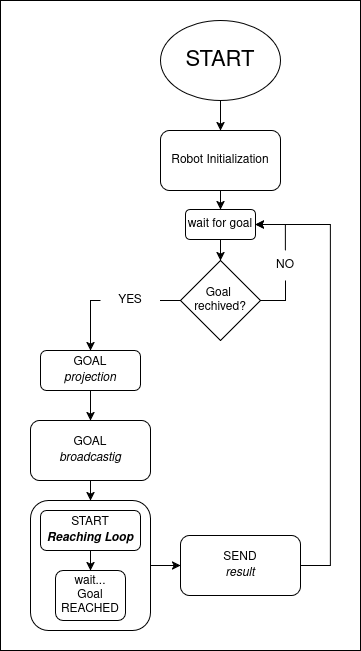
Before: Chapter3/Figures/Action_server_flowChart.png, a diagram exported from draw.io (SimoneLombardi/Master_Thesis). Source tidied: cells renumbered, new cells last; positions are measured from the earlier drawing's top-left corner, leaving out a move shared by most shapes.
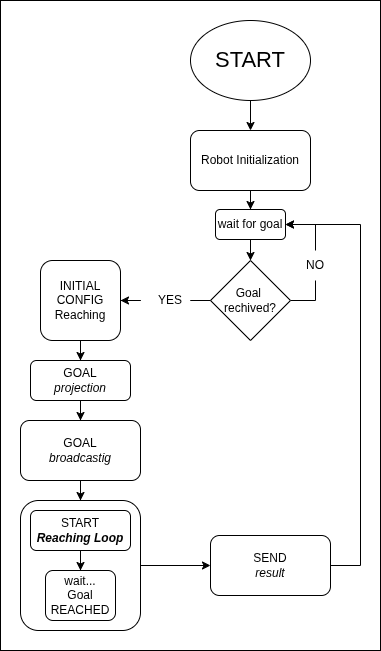
Above is the later version.

What changed in the source:
```diff
@@ -2,103 +2,102 @@
   <root>
     <mxCell id="0" />
     <mxCell id="1" parent="0" />
-    <mxCell id="2" style="rounded=0;whiteSpace=wrap;html=1;" parent="1" vertex="1">
-      <mxGeometry width="360" height="650" as="geometry" />
-    </mxCell>
-    <mxCell id="3" style="group;" parent="1" vertex="1">
-      <mxGeometry x="30" y="20" width="300" height="610" as="geometry" />
-    </mxCell>
+    <mxCell id="29" style="rounded=0;whiteSpace=wrap;html=1;" parent="1" vertex="1">
+      <mxGeometry x="-40" y="-20" width="380" height="650" as="geometry" />
+    </mxCell>
-    <mxCell id="4" style="edgeStyle=orthogonalEdgeStyle;rounded=0;jettySize=auto;html=1;" parent="3" edge="1" source="5" target="7">
+    <mxCell id="4" style="edgeStyle=orthogonalEdgeStyle;rounded=0;jettySize=auto;html=1;" parent="1" edge="1" source="5" target="7">
       <mxGeometry relative="1" as="geometry" />
     </mxCell>
-    <mxCell id="5" value="&lt;font style=&quot;font-size: 22px;&quot;&gt;START&lt;/font&gt;" style="ellipse;whiteSpace=wrap;html=1;" parent="3" vertex="1">
-      <mxGeometry x="130" width="120" height="80" as="geometry" />
+    <mxCell id="5" value="&lt;font style=&quot;font-size: 22px;&quot;&gt;START&lt;/font&gt;" style="ellipse;whiteSpace=wrap;html=1;" parent="1" vertex="1">
+      <mxGeometry x="150" width="120" height="80" as="geometry" />
     </mxCell>
-    <mxCell id="6" style="edgeStyle=orthogonalEdgeStyle;rounded=0;jettySize=auto;html=1;" parent="3" edge="1" source="7" target="12">
+    <mxCell id="6" style="edgeStyle=orthogonalEdgeStyle;rounded=0;jettySize=auto;html=1;" parent="1" edge="1" source="7" target="12">
       <mxGeometry relative="1" as="geometry" />
     </mxCell>
-    <mxCell id="7" value="Robot Initialization" style="rounded=1;whiteSpace=wrap;html=1;" parent="3" vertex="1">
-      <mxGeometry x="130" y="110" width="120" height="60" as="geometry" />
+    <mxCell id="7" value="Robot Initialization" style="rounded=1;whiteSpace=wrap;html=1;" parent="1" vertex="1">
+      <mxGeometry x="150" y="110" width="120" height="60" as="geometry" />
     </mxCell>
-    <mxCell id="8" style="edgeStyle=orthogonalEdgeStyle;rounded=0;jettySize=auto;html=1;endArrow=none;endFill=0;" parent="3" edge="1" source="10" target="14">
+    <mxCell id="8" style="edgeStyle=orthogonalEdgeStyle;rounded=0;jettySize=auto;html=1;endArrow=none;endFill=0;" parent="1" edge="1" source="10" target="14">
       <mxGeometry relative="1" as="geometry">
         <Array as="points">
-          <mxPoint x="255" y="280" />
+          <mxPoint x="275" y="280" />
         </Array>
       </mxGeometry>
     </mxCell>
+    <mxCell id="30" style="edgeStyle=orthogonalEdgeStyle;rounded=0;jettySize=auto;html=1;entryX=1;entryY=0.5;entryDx=0;entryDy=0;" parent="1" edge="1" source="16" target="33">
+      <mxGeometry relative="1" as="geometry" />
+    </mxCell>
-    <mxCell id="9" style="edgeStyle=orthogonalEdgeStyle;rounded=0;jettySize=auto;html=1;endArrow=none;endFill=0;" parent="3" edge="1" source="10" target="16">
+    <mxCell id="9" style="edgeStyle=orthogonalEdgeStyle;rounded=0;jettySize=auto;html=1;endArrow=none;endFill=0;" parent="1" edge="1" source="10" target="16">
       <mxGeometry relative="1" as="geometry" />
     </mxCell>
-    <mxCell id="10" value="&lt;div&gt;Goal&amp;nbsp;&lt;/div&gt;&lt;div&gt;rechived?&lt;/div&gt;" style="rhombus;whiteSpace=wrap;html=1;" parent="3" vertex="1">
-      <mxGeometry x="150" y="240" width="80" height="80" as="geometry" />
+    <mxCell id="10" value="&lt;div&gt;Goal&amp;nbsp;&lt;/div&gt;&lt;div&gt;rechived?&lt;/div&gt;" style="rhombus;whiteSpace=wrap;html=1;" parent="1" vertex="1">
+      <mxGeometry x="170" y="240" width="80" height="80" as="geometry" />
     </mxCell>
-    <mxCell id="11" style="edgeStyle=orthogonalEdgeStyle;rounded=0;jettySize=auto;html=1;" parent="3" edge="1" source="12" target="10">
+    <mxCell id="11" style="edgeStyle=orthogonalEdgeStyle;rounded=0;jettySize=auto;html=1;" parent="1" edge="1" source="12" target="10">
       <mxGeometry relative="1" as="geometry" />
     </mxCell>
-    <mxCell id="12" value="wait for goal" style="rounded=1;whiteSpace=wrap;html=1;" parent="3" vertex="1">
-      <mxGeometry x="155" y="189" width="70" height="30" as="geometry" />
+    <mxCell id="12" value="wait for goal" style="rounded=1;whiteSpace=wrap;html=1;" parent="1" vertex="1">
+      <mxGeometry x="175" y="189" width="70" height="30" as="geometry" />
     </mxCell>
-    <mxCell id="13" style="edgeStyle=orthogonalEdgeStyle;rounded=0;jettySize=auto;html=1;" parent="3" edge="1" source="14" target="12">
+    <mxCell id="13" style="edgeStyle=orthogonalEdgeStyle;rounded=0;jettySize=auto;html=1;" parent="1" edge="1" source="14" target="12">
       <mxGeometry relative="1" as="geometry">
         <Array as="points">
-          <mxPoint x="255" y="204" />
+          <mxPoint x="275" y="204" />
         </Array>
       </mxGeometry>
     </mxCell>
-    <mxCell id="14" value="NO" style="text;html=1;whiteSpace=wrap;strokeColor=none;fillColor=none;align=center;verticalAlign=middle;rounded=0;" parent="3" vertex="1">
-      <mxGeometry x="225" y="230" width="60" height="30" as="geometry" />
+    <mxCell id="14" value="NO" style="text;html=1;whiteSpace=wrap;strokeColor=none;fillColor=none;align=center;verticalAlign=middle;rounded=0;" parent="1" vertex="1">
+      <mxGeometry x="245" y="230" width="60" height="30" as="geometry" />
     </mxCell>
-    <mxCell id="15" style="edgeStyle=orthogonalEdgeStyle;rounded=0;jettySize=auto;html=1;" parent="3" edge="1" source="16" target="20">
-      <mxGeometry relative="1" as="geometry">
-        <Array as="points">
-          <mxPoint x="60" y="280" />
-        </Array>
-      </mxGeometry>
-    </mxCell>
-    <mxCell id="16" value="YES" style="text;html=1;whiteSpace=wrap;strokeColor=none;fillColor=none;align=center;verticalAlign=middle;rounded=0;" parent="3" vertex="1">
-      <mxGeometry x="70" y="265" width="60" height="30" as="geometry" />
-    </mxCell>
-    <mxCell id="17" style="edgeStyle=orthogonalEdgeStyle;rounded=0;jettySize=auto;html=1;entryX=0.5;entryY=0;entryDx=0;entryDy=0;" parent="3" edge="1" source="18" target="22">
+    <mxCell id="17" style="edgeStyle=orthogonalEdgeStyle;rounded=0;jettySize=auto;html=1;entryX=0.5;entryY=0;entryDx=0;entryDy=0;" parent="1" edge="1" source="18" target="22">
       <mxGeometry relative="1" as="geometry" />
     </mxCell>
-    <mxCell id="18" value="&lt;div&gt;GOAL&lt;/div&gt;&lt;div&gt;&lt;i&gt;broadcastig&lt;/i&gt;&lt;/div&gt;" style="rounded=1;whiteSpace=wrap;html=1;" parent="3" vertex="1">
-      <mxGeometry y="400" width="120" height="60" as="geometry" />
+    <mxCell id="18" value="&lt;div&gt;GOAL&lt;/div&gt;&lt;div&gt;&lt;i&gt;broadcastig&lt;/i&gt;&lt;/div&gt;" style="rounded=1;whiteSpace=wrap;html=1;" parent="1" vertex="1">
+      <mxGeometry x="-20" y="400" width="120" height="60" as="geometry" />
     </mxCell>
-    <mxCell id="19" style="edgeStyle=orthogonalEdgeStyle;rounded=0;jettySize=auto;html=1;" parent="3" edge="1" source="20" target="18">
+    <mxCell id="19" style="edgeStyle=orthogonalEdgeStyle;rounded=0;jettySize=auto;html=1;" parent="1" edge="1" source="20" target="18">
       <mxGeometry relative="1" as="geometry" />
     </mxCell>
-    <mxCell id="20" value="&lt;div&gt;GOAL&lt;/div&gt;&lt;div&gt;&lt;i&gt;projection&lt;/i&gt;&lt;/div&gt;" style="rounded=1;whiteSpace=wrap;html=1;" parent="3" vertex="1">
-      <mxGeometry x="10" y="330" width="100" height="40" as="geometry" />
+    <mxCell id="20" value="&lt;div&gt;GOAL&lt;/div&gt;&lt;div&gt;&lt;i&gt;projection&lt;/i&gt;&lt;/div&gt;" style="rounded=1;whiteSpace=wrap;html=1;" parent="1" vertex="1">
+      <mxGeometry x="-10" y="340" width="100" height="40" as="geometry" />
     </mxCell>
-    <mxCell id="21" style="group;" parent="3" vertex="1">
-      <mxGeometry y="480" width="120" height="130" as="geometry" />
-    </mxCell>
+    <mxCell id="31" style="group;" parent="1" vertex="1">
+      <mxGeometry x="-20" y="480" width="120" height="130" as="geometry" />
+    </mxCell>
-    <mxCell id="22" style="rounded=1;whiteSpace=wrap;html=1;" parent="21" vertex="1">
+    <mxCell id="22" style="rounded=1;whiteSpace=wrap;html=1;" parent="31" vertex="1">
       <mxGeometry width="120" height="130" as="geometry" />
     </mxCell>
-    <mxCell id="23" style="edgeStyle=orthogonalEdgeStyle;rounded=0;jettySize=auto;html=1;" parent="21" edge="1" source="24" target="25">
+    <mxCell id="23" style="edgeStyle=orthogonalEdgeStyle;rounded=0;jettySize=auto;html=1;" parent="31" edge="1" source="24" target="25">
       <mxGeometry relative="1" as="geometry" />
     </mxCell>
-    <mxCell id="24" value="&lt;div&gt;START&lt;/div&gt;&lt;div&gt;&lt;i&gt;&lt;b&gt;Reaching Loop&lt;/b&gt;&lt;/i&gt;&lt;/div&gt;" style="rounded=1;whiteSpace=wrap;html=1;" parent="21" vertex="1">
+    <mxCell id="24" value="&lt;div&gt;START&lt;/div&gt;&lt;div&gt;&lt;i&gt;&lt;b&gt;Reaching Loop&lt;/b&gt;&lt;/i&gt;&lt;/div&gt;" style="rounded=1;whiteSpace=wrap;html=1;" parent="31" vertex="1">
       <mxGeometry x="10" y="10" width="100" height="40" as="geometry" />
     </mxCell>
-    <mxCell id="25" value="&lt;div&gt;wait...&lt;/div&gt;Goal&lt;br&gt;REACHED" style="rounded=1;whiteSpace=wrap;html=1;" parent="21" vertex="1">
+    <mxCell id="25" value="&lt;div&gt;wait...&lt;/div&gt;Goal&lt;br&gt;REACHED" style="rounded=1;whiteSpace=wrap;html=1;" parent="31" vertex="1">
       <mxGeometry x="25" y="70" width="70" height="50" as="geometry" />
     </mxCell>
-    <mxCell id="26" style="edgeStyle=orthogonalEdgeStyle;rounded=0;jettySize=auto;html=1;" parent="3" edge="1" source="27" target="12">
+    <mxCell id="26" style="edgeStyle=orthogonalEdgeStyle;rounded=0;jettySize=auto;html=1;" parent="1" edge="1" source="27" target="12">
       <mxGeometry relative="1" as="geometry">
         <Array as="points">
-          <mxPoint x="300" y="545" />
-          <mxPoint x="300" y="204" />
+          <mxPoint x="320" y="545" />
+          <mxPoint x="320" y="204" />
         </Array>
       </mxGeometry>
     </mxCell>
-    <mxCell id="27" value="&lt;div&gt;SEND&lt;/div&gt;&lt;div&gt;&lt;i&gt;result&lt;/i&gt;&lt;/div&gt;" style="rounded=1;whiteSpace=wrap;html=1;" parent="3" vertex="1">
-      <mxGeometry x="150" y="515" width="120" height="60" as="geometry" />
+    <mxCell id="27" value="&lt;div&gt;SEND&lt;/div&gt;&lt;div&gt;&lt;i&gt;result&lt;/i&gt;&lt;/div&gt;" style="rounded=1;whiteSpace=wrap;html=1;" parent="1" vertex="1">
+      <mxGeometry x="170" y="515" width="120" height="60" as="geometry" />
     </mxCell>
-    <mxCell id="28" style="edgeStyle=orthogonalEdgeStyle;rounded=0;jettySize=auto;html=1;" parent="3" edge="1" source="22" target="27">
+    <mxCell id="28" style="edgeStyle=orthogonalEdgeStyle;rounded=0;jettySize=auto;html=1;" parent="1" edge="1" source="22" target="27">
       <mxGeometry relative="1" as="geometry" />
     </mxCell>
+    <mxCell id="32" style="edgeStyle=orthogonalEdgeStyle;rounded=0;jettySize=auto;html=1;" parent="1" edge="1" source="33" target="20">
+      <mxGeometry relative="1" as="geometry" />
+    </mxCell>
+    <mxCell id="33" value="INITIAL&lt;div&gt;CONFIG&lt;/div&gt;&lt;div&gt;Reaching&lt;/div&gt;" style="rounded=1;whiteSpace=wrap;html=1;" parent="1" vertex="1">
+      <mxGeometry y="240" width="80" height="80" as="geometry" />
+    </mxCell>
+    <mxCell id="16" value="YES" style="text;html=1;whiteSpace=wrap;strokeColor=none;fillColor=none;align=center;verticalAlign=middle;rounded=0;" parent="1" vertex="1">
+      <mxGeometry x="100" y="267.5" width="60" height="25" as="geometry" />
+    </mxCell>
   </root>
 </mxGraphModel>
```
